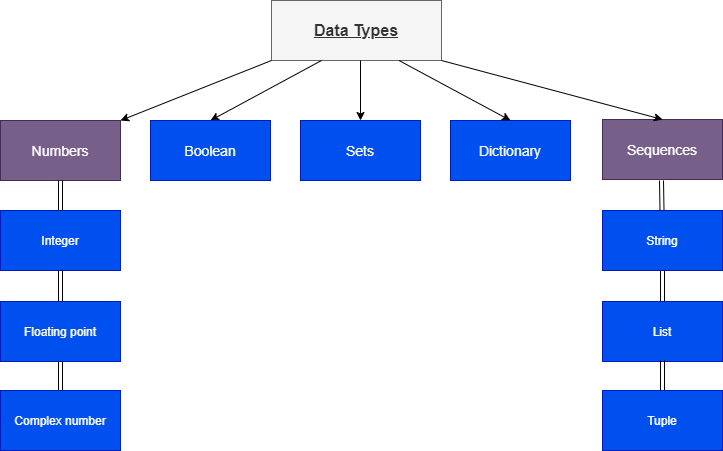
The draw.io diagram Python/img/type-flowchart.drawio.png in Siddhesh-Agarwal/Cheatsheets, before a commit. Source tidied: cells renumbered, new cells last; positions are measured from the earlier drawing's top-left corner, leaving out a move shared by most shapes.
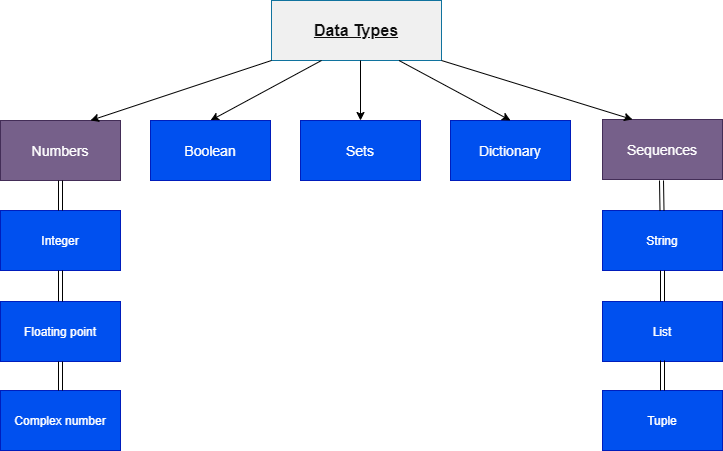
After the commit.

What changed in the source:
```diff
@@ -2,7 +2,7 @@
   <root>
     <mxCell id="0" />
     <mxCell id="1" parent="0" />
-    <mxCell id="2" value="&lt;font style=&quot;font-size: 16px&quot;&gt;&lt;b&gt;&lt;u&gt;Data Types&lt;/u&gt;&lt;/b&gt;&lt;/font&gt;" style="whiteSpace=wrap;html=1;fillColor=#f5f5f5;strokeColor=#666666;fontColor=#333333;" parent="1" vertex="1">
+    <mxCell id="2" value="&lt;font style=&quot;font-size: 16px&quot; color=&quot;#0f0f0f&quot;&gt;&lt;b&gt;&lt;u style=&quot;background-color: rgb(240 , 240 , 240)&quot;&gt;Data Types&lt;/u&gt;&lt;/b&gt;&lt;/font&gt;" style="whiteSpace=wrap;html=1;strokeColor=#10739e;fillColor=#F0F0F0;" parent="1" vertex="1">
       <mxGeometry x="271" width="170" height="60" as="geometry" />
     </mxCell>
     <mxCell id="3" value="&lt;font style=&quot;font-size: 14px&quot;&gt;Numbers&lt;/font&gt;" style="rounded=0;whiteSpace=wrap;html=1;fillColor=#76608a;strokeColor=#432D57;fontColor=#ffffff;" parent="1" vertex="1">
@@ -17,7 +17,7 @@
     <mxCell id="6" value="Complex number" style="rounded=0;whiteSpace=wrap;html=1;fillColor=#0050ef;strokeColor=#001DBC;fontColor=#ffffff;" parent="1" vertex="1">
       <mxGeometry y="390" width="120" height="60" as="geometry" />
     </mxCell>
-    <mxCell id="7" style="endArrow=classic;html=1;exitX=0;exitY=1;exitDx=0;exitDy=0;entryX=1;entryY=0;entryDx=0;entryDy=0;" parent="1" edge="1" source="2" target="3">
+    <mxCell id="7" style="endArrow=classic;html=1;exitX=0;exitY=1;exitDx=0;exitDy=0;entryX=0.75;entryY=0;entryDx=0;entryDy=0;" parent="1" edge="1" source="2" target="3">
       <mxGeometry relative="1" as="geometry" />
     </mxCell>
     <mxCell id="8" style="endArrow=classic;html=1;entryX=0.5;entryY=0;entryDx=0;entryDy=0;" parent="1" edge="1" target="9">
@@ -45,7 +45,7 @@
     <mxCell id="14" value="&lt;font style=&quot;font-size: 14px&quot;&gt;Sequences&lt;/font&gt;" style="rounded=0;whiteSpace=wrap;html=1;fillColor=#76608a;strokeColor=#432D57;fontColor=#ffffff;" parent="1" vertex="1">
       <mxGeometry x="602" y="119" width="120" height="60" as="geometry" />
     </mxCell>
-    <mxCell id="15" style="endArrow=classic;html=1;exitX=1;exitY=1;exitDx=0;exitDy=0;entryX=0.5;entryY=0;entryDx=0;entryDy=0;" parent="1" edge="1" source="2" target="14">
+    <mxCell id="15" style="endArrow=classic;html=1;exitX=1;exitY=1;exitDx=0;exitDy=0;entryX=0.25;entryY=0;entryDx=0;entryDy=0;" parent="1" edge="1" source="2" target="14">
       <mxGeometry relative="1" as="geometry" />
     </mxCell>
     <mxCell id="16" value="String" style="rounded=0;whiteSpace=wrap;html=1;fillColor=#0050ef;strokeColor=#001DBC;fontColor=#ffffff;" parent="1" vertex="1">
```
